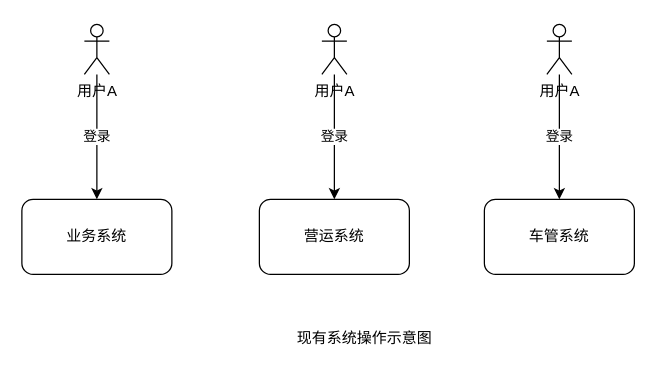
Before: 历史系统.drawio in ammengke/my-drawio, a draw.io diagram. Source tidied: cells renumbered, new cells numbered last; positions are measured from the earlier drawing's top-left corner, leaving out a move shared by most shapes. Both pictures are drawn from the tidied source at 125%, with x=0, y=0 at pixel (21, 24).
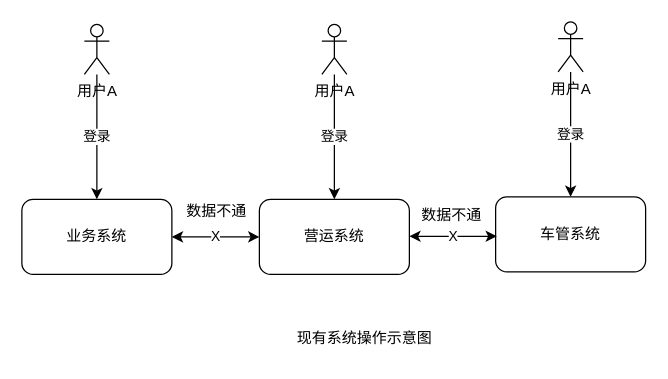
After the change.

Change to the diagram source:
```diff
@@
 <mxGraphModel>
   <root>
     <mxCell id="0" />
     <mxCell id="1" parent="0" />
     <mxCell id="2" value="登录&lt;br&gt;" style="edgeStyle=orthogonalEdgeStyle;rounded=0;jettySize=auto;html=1;" parent="1" edge="1" source="3" target="4">
       <mxGeometry relative="1" as="geometry" />
     </mxCell>
     <mxCell id="3" value="用户A" style="shape=umlActor;verticalLabelPosition=bottom;verticalAlign=top;html=1;outlineConnect=0;" parent="1" vertex="1">
       <mxGeometry x="50" width="20" height="40" as="geometry" />
     </mxCell>
     <mxCell id="4" value="业务系统" style="rounded=1;whiteSpace=wrap;html=1;" parent="1" vertex="1">
       <mxGeometry y="140" width="120" height="60" as="geometry" />
     </mxCell>
     <mxCell id="5" value="登录&lt;br&gt;" style="edgeStyle=orthogonalEdgeStyle;rounded=0;jettySize=auto;html=1;" parent="1" edge="1" source="6" target="7">
       <mxGeometry relative="1" as="geometry">
         <Array as="points">
           <mxPoint x="250" y="90" />
           <mxPoint x="250" y="90" />
         </Array>
       </mxGeometry>
     </mxCell>
     <mxCell id="6" value="用户A" style="shape=umlActor;verticalLabelPosition=bottom;verticalAlign=top;html=1;outlineConnect=0;" parent="1" vertex="1">
       <mxGeometry x="240" width="20" height="40" as="geometry" />
     </mxCell>
     <mxCell id="7" value="营运系统" style="rounded=1;whiteSpace=wrap;html=1;" parent="1" vertex="1">
       <mxGeometry x="190" y="140" width="120" height="60" as="geometry" />
     </mxCell>
     <mxCell id="8" value="登录" style="edgeStyle=orthogonalEdgeStyle;rounded=0;jettySize=auto;html=1;" parent="1" edge="1" source="9" target="10">
       <mxGeometry relative="1" as="geometry" />
     </mxCell>
     <mxCell id="9" value="用户A" style="shape=umlActor;verticalLabelPosition=bottom;verticalAlign=top;html=1;outlineConnect=0;" parent="1" vertex="1">
-      <mxGeometry x="420" width="20" height="40" as="geometry" />
+      <mxGeometry x="429" y="-2" width="20" height="40" as="geometry" />
     </mxCell>
     <mxCell id="10" value="车管系统" style="rounded=1;whiteSpace=wrap;html=1;" parent="1" vertex="1">
-      <mxGeometry x="370" y="140" width="120" height="60" as="geometry" />
+      <mxGeometry x="379" y="138" width="120" height="60" as="geometry" />
     </mxCell>
     <mxCell id="11" value="现有系统操作示意图" style="text;html=1;strokeColor=none;fillColor=none;align=center;verticalAlign=middle;whiteSpace=wrap;rounded=0;" parent="1" vertex="1">
       <mxGeometry x="211" y="236" width="127" height="30" as="geometry" />
     </mxCell>
+    <mxCell id="12" value="X" style="endArrow=classic;startArrow=classic;html=1;rounded=0;exitX=1;exitY=0.5;exitDx=0;exitDy=0;entryX=0;entryY=0.5;entryDx=0;entryDy=0;" parent="1" edge="1" source="4" target="7">
+      <mxGeometry relative="1" as="geometry" />
+    </mxCell>
+    <mxCell id="13" value="X" style="endArrow=classic;startArrow=classic;html=1;rounded=0;exitX=1;exitY=0.5;exitDx=0;exitDy=0;entryX=0;entryY=0.5;entryDx=0;entryDy=0;" parent="1" edge="1">
+      <mxGeometry relative="1" as="geometry">
+        <mxPoint x="310" y="169.5" as="sourcePoint" />
+        <mxPoint x="380" y="169.5" as="targetPoint" />
+      </mxGeometry>
+    </mxCell>
+    <mxCell id="14" value="数据不通" style="text;html=1;strokeColor=none;fillColor=none;align=center;verticalAlign=middle;whiteSpace=wrap;rounded=0;" parent="1" vertex="1">
+      <mxGeometry x="126" y="135" width="60" height="30" as="geometry" />
+    </mxCell>
+    <mxCell id="15" value="数据不通" style="text;html=1;strokeColor=none;fillColor=none;align=center;verticalAlign=middle;whiteSpace=wrap;rounded=0;" parent="1" vertex="1">
+      <mxGeometry x="314" y="138" width="60" height="30" as="geometry" />
+    </mxCell>
   </root>
 </mxGraphModel>
```
